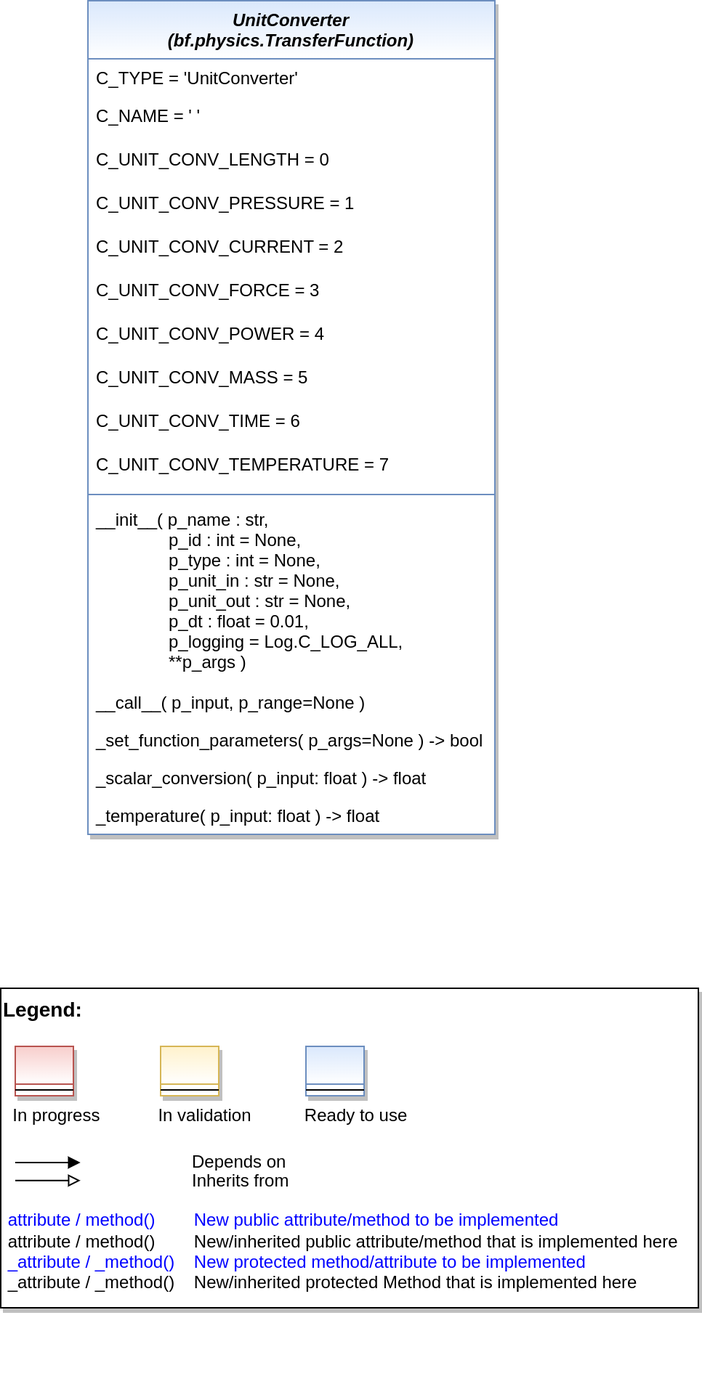
Above: doc/rtd/content/99_appendices/appendix2/sub/mlpro_bf/layer3_application_support/images/MLPro-BF-Physics-UnitConverter_class_diagram.drawio.png in fhswf/MLPro (draw.io), before the change. Source tidied: cells renumbered, new cells last; positions are measured from the earlier drawing's top-left corner, leaving out a move shared by most shapes. Source of this version:
```xml
<mxGraphModel>
  <root>
    <mxCell id="0" />
    <mxCell id="1" parent="0" />
    <mxCell id="2" value="UnitConverter&#10;(bf.physics.TransferFunction)" style="swimlane;fontStyle=3;align=center;verticalAlign=top;horizontal=1;startSize=40;rounded=0;shadow=1;strokeWidth=1;fillColor=#dae8fc;strokeColor=#6c8ebf;gradientColor=#FFFFFF;swimlaneFillColor=#FFFFFF;" parent="1" vertex="1">
      <mxGeometry x="60" width="280" height="574" as="geometry" />
    </mxCell>
    <mxCell id="3" value="C_TYPE = 'UnitConverter'" style="text;align=left;verticalAlign=top;spacingLeft=4;spacingRight=4;overflow=hidden;" parent="2" vertex="1">
      <mxGeometry y="40" width="280" height="26" as="geometry" />
    </mxCell>
    <mxCell id="4" value="C_NAME = ' '" style="text;align=left;verticalAlign=top;spacingLeft=4;spacingRight=4;overflow=hidden;fontColor=default;" parent="2" vertex="1">
      <mxGeometry y="66" width="280" height="30" as="geometry" />
    </mxCell>
    <mxCell id="5" value="C_UNIT_CONV_LENGTH = 0" style="text;align=left;verticalAlign=top;spacingLeft=4;spacingRight=4;overflow=hidden;fontColor=default;" parent="2" vertex="1">
      <mxGeometry y="96" width="280" height="30" as="geometry" />
    </mxCell>
    <mxCell id="6" value="C_UNIT_CONV_PRESSURE = 1 " style="text;align=left;verticalAlign=top;spacingLeft=4;spacingRight=4;overflow=hidden;fontColor=default;" parent="2" vertex="1">
      <mxGeometry y="126" width="280" height="30" as="geometry" />
    </mxCell>
    <mxCell id="7" value="C_UNIT_CONV_CURRENT = 2" style="text;align=left;verticalAlign=top;spacingLeft=4;spacingRight=4;overflow=hidden;fontColor=default;" parent="2" vertex="1">
      <mxGeometry y="156" width="280" height="30" as="geometry" />
    </mxCell>
    <mxCell id="8" value="C_UNIT_CONV_FORCE = 3" style="text;align=left;verticalAlign=top;spacingLeft=4;spacingRight=4;overflow=hidden;fontColor=default;" parent="2" vertex="1">
      <mxGeometry y="186" width="280" height="30" as="geometry" />
    </mxCell>
    <mxCell id="9" value="C_UNIT_CONV_POWER = 4" style="text;align=left;verticalAlign=top;spacingLeft=4;spacingRight=4;overflow=hidden;fontColor=default;" parent="2" vertex="1">
      <mxGeometry y="216" width="280" height="30" as="geometry" />
    </mxCell>
    <mxCell id="10" value="C_UNIT_CONV_MASS = 5" style="text;align=left;verticalAlign=top;spacingLeft=4;spacingRight=4;overflow=hidden;fontColor=default;" parent="2" vertex="1">
      <mxGeometry y="246" width="280" height="30" as="geometry" />
    </mxCell>
    <mxCell id="11" value="C_UNIT_CONV_TIME = 6" style="text;align=left;verticalAlign=top;spacingLeft=4;spacingRight=4;overflow=hidden;fontColor=default;" parent="2" vertex="1">
      <mxGeometry y="276" width="280" height="30" as="geometry" />
    </mxCell>
    <mxCell id="12" value="C_UNIT_CONV_TEMPERATURE = 7" style="text;align=left;verticalAlign=top;spacingLeft=4;spacingRight=4;overflow=hidden;fontColor=default;" parent="2" vertex="1">
      <mxGeometry y="306" width="280" height="30" as="geometry" />
    </mxCell>
    <mxCell id="13" style="line;html=1;strokeWidth=1;align=left;verticalAlign=middle;spacingTop=-1;spacingLeft=3;spacingRight=3;labelPosition=right;fillColor=#dae8fc;strokeColor=#6c8ebf;gradientColor=#FFFFFF;" parent="2" vertex="1">
      <mxGeometry y="336" width="280" height="8" as="geometry" />
    </mxCell>
    <mxCell id="14" value="__init__( p_name : str,&#10;               p_id : int = None,&#10;               p_type : int = None,&#10;               p_unit_in : str = None,&#10;               p_unit_out : str = None,&#10;               p_dt : float = 0.01,&#10;               p_logging = Log.C_LOG_ALL,&#10;               **p_args )" style="text;align=left;verticalAlign=top;spacingLeft=4;spacingRight=4;overflow=hidden;" parent="2" vertex="1">
      <mxGeometry y="344" width="280" height="126" as="geometry" />
    </mxCell>
    <mxCell id="15" value="__call__( p_input, p_range=None )" style="text;align=left;verticalAlign=top;spacingLeft=4;spacingRight=4;overflow=hidden;" parent="2" vertex="1">
      <mxGeometry y="470" width="280" height="26" as="geometry" />
    </mxCell>
    <mxCell id="16" value="_set_function_parameters( p_args=None ) -&gt; bool" style="text;align=left;verticalAlign=top;spacingLeft=4;spacingRight=4;overflow=hidden;" parent="2" vertex="1">
      <mxGeometry y="496" width="280" height="26" as="geometry" />
    </mxCell>
    <mxCell id="17" value="_scalar_conversion( p_input: float ) -&gt; float" style="text;align=left;verticalAlign=top;spacingLeft=4;spacingRight=4;overflow=hidden;" parent="2" vertex="1">
      <mxGeometry y="522" width="280" height="26" as="geometry" />
    </mxCell>
    <mxCell id="18" value="_temperature( p_input: float ) -&gt; float" style="text;align=left;verticalAlign=top;spacingLeft=4;spacingRight=4;overflow=hidden;" parent="2" vertex="1">
      <mxGeometry y="548" width="280" height="26" as="geometry" />
    </mxCell>
    <mxCell id="19" style="group;" parent="1" vertex="1">
      <mxGeometry y="680" width="480" height="220" as="geometry" />
    </mxCell>
    <mxCell id="20" value="&lt;font color=&quot;#000000&quot; size=&quot;1&quot;&gt;&lt;b style=&quot;font-size: 14px&quot;&gt;Legend:&lt;br&gt;&lt;/b&gt;&lt;/font&gt;&lt;br&gt;&lt;br&gt;&lt;br&gt;&lt;font color=&quot;#0000ff&quot; style=&quot;font-size: 6px&quot;&gt;&lt;br&gt;&lt;/font&gt;&lt;span style=&quot;color: rgb(0 , 0 , 0)&quot;&gt;&lt;font style=&quot;font-size: 4px&quot;&gt;&amp;nbsp; &amp;nbsp;&lt;/font&gt;&amp;nbsp;In progress&amp;nbsp; &amp;nbsp; &amp;nbsp; &amp;nbsp; &amp;nbsp; &amp;nbsp; In validation&amp;nbsp; &amp;nbsp; &amp;nbsp; &amp;nbsp; &amp;nbsp; &amp;nbsp;Ready to use&lt;/span&gt;&lt;font color=&quot;#000000&quot;&gt;&amp;nbsp;&lt;br&gt;&lt;/font&gt;&lt;font color=&quot;#0000ff&quot;&gt;&lt;br&gt;&lt;br&gt;&lt;br&gt;&lt;br&gt;&amp;nbsp;attribute / method()&amp;nbsp; &amp;nbsp; &amp;nbsp; &amp;nbsp; New public attribute/method to be implemented&lt;/font&gt;&lt;br&gt;&lt;font color=&quot;#000000&quot;&gt;&amp;nbsp;&lt;/font&gt;&lt;font color=&quot;#000000&quot;&gt;attribute / method()&lt;span&gt;&#9;&lt;/span&gt;&amp;nbsp; &amp;nbsp; &amp;nbsp; &amp;nbsp;New/inherited public attribute/method that is implemented here&lt;br&gt;&lt;/font&gt;&lt;font color=&quot;#0000ff&quot;&gt;&amp;nbsp;_attribute /&amp;nbsp;&lt;/font&gt;&lt;font color=&quot;#0000ff&quot;&gt;_method()&amp;nbsp; &amp;nbsp; New protected method/attribute to be implemented&lt;/font&gt;&lt;br&gt;&lt;font color=&quot;#000000&quot;&gt;&amp;nbsp;_attribute / _method()&amp;nbsp; &amp;nbsp; New/inherited protected Method that is implemented here&lt;br&gt;&lt;/font&gt;&lt;font color=&quot;#000000&quot;&gt;&lt;br&gt;&lt;br&gt;&lt;br&gt;&lt;br&gt;&lt;br&gt;&lt;/font&gt;" style="text;html=1;align=left;verticalAlign=top;whiteSpace=wrap;rounded=0;fontColor=#006600;strokeColor=#000000;shadow=1;fillColor=#ffffff;" parent="19" vertex="1">
      <mxGeometry width="480" height="220" as="geometry" />
    </mxCell>
    <mxCell id="21" value="Depends on" style="endArrow=block;html=1;labelPosition=right;verticalLabelPosition=middle;align=left;verticalAlign=middle;endFill=1;fontSize=12;" parent="19" edge="1">
      <mxGeometry x="-1590" y="-2180" as="geometry">
        <mxPoint x="10" y="120" as="sourcePoint" />
        <mxPoint x="54.8" y="120" as="targetPoint" />
        <Array as="points">
          <mxPoint x="30" y="120" />
        </Array>
        <mxPoint x="98" as="offset" />
      </mxGeometry>
    </mxCell>
    <mxCell id="22" value="Inherits from" style="endArrow=block;html=1;labelPosition=right;verticalLabelPosition=middle;align=left;verticalAlign=middle;endFill=0;fontSize=12;" parent="19" edge="1">
      <mxGeometry x="-1590" y="-2180" as="geometry">
        <mxPoint x="10" y="132.4" as="sourcePoint" />
        <mxPoint x="54.8" y="132.4" as="targetPoint" />
        <mxPoint x="98" y="1" as="offset" />
      </mxGeometry>
    </mxCell>
    <mxCell id="23" style="swimlane;fontStyle=3;align=center;verticalAlign=top;horizontal=1;startSize=26;rounded=0;shadow=1;strokeWidth=1;fillColor=#f8cecc;strokeColor=#b85450;gradientColor=#ffffff;swimlaneFillColor=#ffffff;" parent="19" vertex="1">
      <mxGeometry x="10" y="40" width="40" height="34" as="geometry" />
    </mxCell>
    <mxCell id="24" style="line;html=1;strokeWidth=1;align=left;verticalAlign=middle;spacingTop=-1;spacingLeft=3;spacingRight=3;labelPosition=right;" parent="23" vertex="1">
      <mxGeometry y="26" width="40" height="8" as="geometry" />
    </mxCell>
    <mxCell id="25" style="swimlane;fontStyle=3;align=center;verticalAlign=top;horizontal=1;startSize=26;rounded=0;shadow=1;strokeWidth=1;fillColor=#fff2cc;strokeColor=#d6b656;gradientColor=#ffffff;swimlaneFillColor=#ffffff;" parent="19" vertex="1">
      <mxGeometry x="110" y="40" width="40" height="34" as="geometry" />
    </mxCell>
    <mxCell id="26" style="line;html=1;strokeWidth=1;align=left;verticalAlign=middle;spacingTop=-1;spacingLeft=3;spacingRight=3;labelPosition=right;" parent="25" vertex="1">
      <mxGeometry y="26" width="40" height="8" as="geometry" />
    </mxCell>
    <mxCell id="27" style="swimlane;fontStyle=3;align=center;verticalAlign=top;horizontal=1;startSize=26;rounded=0;shadow=1;strokeWidth=1;fillColor=#dae8fc;strokeColor=#6c8ebf;gradientColor=#ffffff;swimlaneFillColor=#ffffff;" parent="19" vertex="1">
      <mxGeometry x="210" y="40" width="40" height="34" as="geometry" />
    </mxCell>
    <mxCell id="28" style="line;html=1;strokeWidth=1;align=left;verticalAlign=middle;spacingTop=-1;spacingLeft=3;spacingRight=3;labelPosition=right;" parent="27" vertex="1">
      <mxGeometry y="26" width="40" height="8" as="geometry" />
    </mxCell>
  </root>
</mxGraphModel>
```
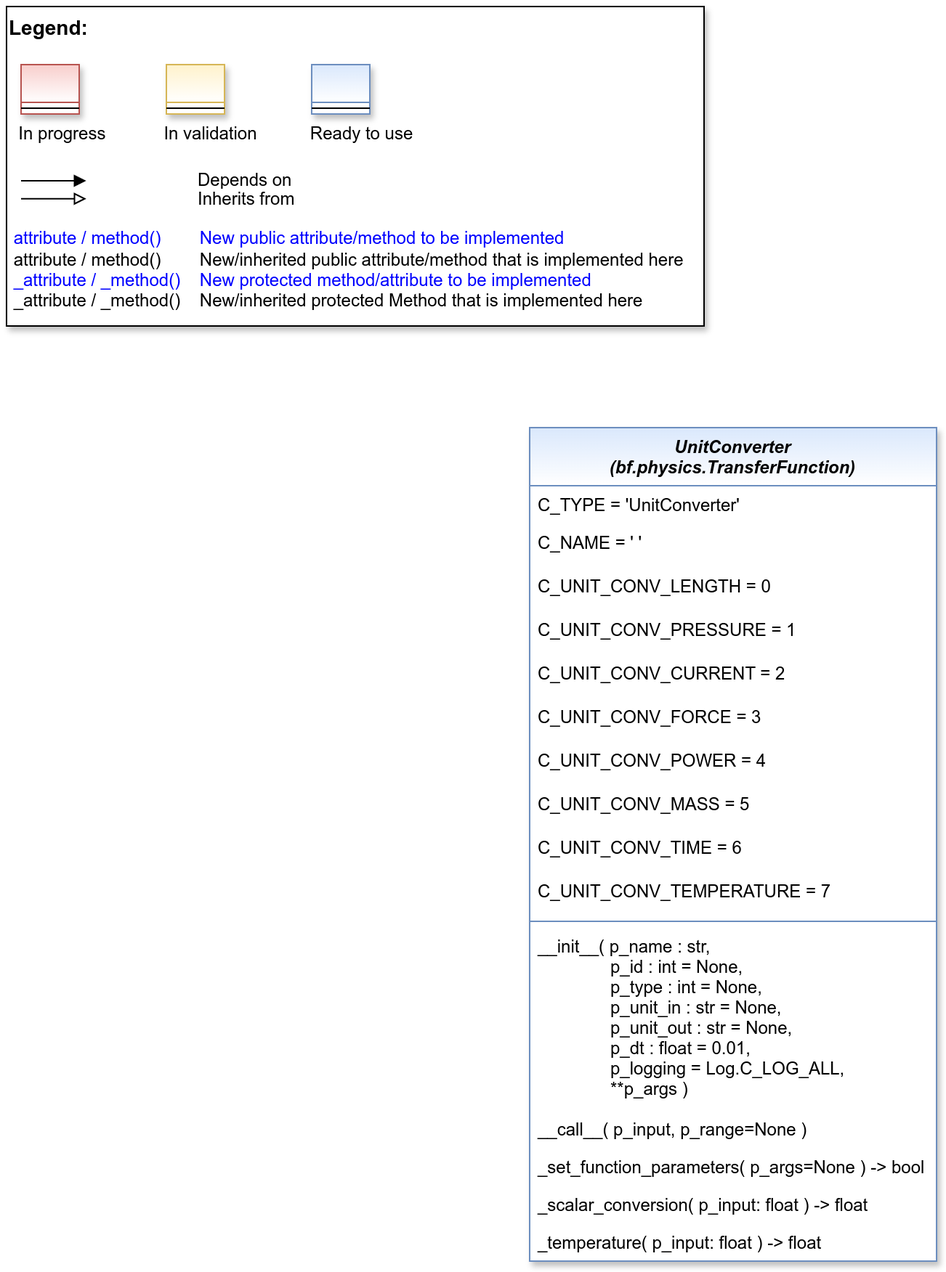
The same diagram one commit later.

Change to the diagram source:
```diff
@@ -1,8 +1,8 @@
 <mxGraphModel>
   <root>
-    <mxCell id="0" />
-    <mxCell id="1" parent="0" />
+    <mxCell id="29" />
+    <mxCell id="30" parent="29" />
-    <mxCell id="2" value="UnitConverter&#10;(bf.physics.TransferFunction)" style="swimlane;fontStyle=3;align=center;verticalAlign=top;horizontal=1;startSize=40;rounded=0;shadow=1;strokeWidth=1;fillColor=#dae8fc;strokeColor=#6c8ebf;gradientColor=#FFFFFF;swimlaneFillColor=#FFFFFF;" parent="1" vertex="1">
+    <mxCell id="2" value="UnitConverter&#10;(bf.physics.TransferFunction)" style="swimlane;fontStyle=3;align=center;verticalAlign=top;horizontal=1;startSize=40;rounded=0;shadow=1;strokeWidth=1;fillColor=#dae8fc;strokeColor=#6c8ebf;gradientColor=#FFFFFF;swimlaneFillColor=#FFFFFF;" parent="30" vertex="1">
       <mxGeometry x="60" width="280" height="574" as="geometry" />
     </mxCell>
     <mxCell id="3" value="C_TYPE = 'UnitConverter'" style="text;align=left;verticalAlign=top;spacingLeft=4;spacingRight=4;overflow=hidden;" parent="2" vertex="1">
@@ -53,13 +53,13 @@
     <mxCell id="18" value="_temperature( p_input: float ) -&gt; float" style="text;align=left;verticalAlign=top;spacingLeft=4;spacingRight=4;overflow=hidden;" parent="2" vertex="1">
       <mxGeometry y="548" width="280" height="26" as="geometry" />
     </mxCell>
-    <mxCell id="19" style="group;" parent="1" vertex="1">
-      <mxGeometry y="680" width="480" height="220" as="geometry" />
-    </mxCell>
+    <mxCell id="31" style="group;" parent="30" vertex="1">
+      <mxGeometry x="-300" y="-290" width="480" height="220" as="geometry" />
+    </mxCell>
-    <mxCell id="20" value="&lt;font color=&quot;#000000&quot; size=&quot;1&quot;&gt;&lt;b style=&quot;font-size: 14px&quot;&gt;Legend:&lt;br&gt;&lt;/b&gt;&lt;/font&gt;&lt;br&gt;&lt;br&gt;&lt;br&gt;&lt;font color=&quot;#0000ff&quot; style=&quot;font-size: 6px&quot;&gt;&lt;br&gt;&lt;/font&gt;&lt;span style=&quot;color: rgb(0 , 0 , 0)&quot;&gt;&lt;font style=&quot;font-size: 4px&quot;&gt;&amp;nbsp; &amp;nbsp;&lt;/font&gt;&amp;nbsp;In progress&amp;nbsp; &amp;nbsp; &amp;nbsp; &amp;nbsp; &amp;nbsp; &amp;nbsp; In validation&amp;nbsp; &amp;nbsp; &amp;nbsp; &amp;nbsp; &amp;nbsp; &amp;nbsp;Ready to use&lt;/span&gt;&lt;font color=&quot;#000000&quot;&gt;&amp;nbsp;&lt;br&gt;&lt;/font&gt;&lt;font color=&quot;#0000ff&quot;&gt;&lt;br&gt;&lt;br&gt;&lt;br&gt;&lt;br&gt;&amp;nbsp;attribute / method()&amp;nbsp; &amp;nbsp; &amp;nbsp; &amp;nbsp; New public attribute/method to be implemented&lt;/font&gt;&lt;br&gt;&lt;font color=&quot;#000000&quot;&gt;&amp;nbsp;&lt;/font&gt;&lt;font color=&quot;#000000&quot;&gt;attribute / method()&lt;span&gt;&#9;&lt;/span&gt;&amp;nbsp; &amp;nbsp; &amp;nbsp; &amp;nbsp;New/inherited public attribute/method that is implemented here&lt;br&gt;&lt;/font&gt;&lt;font color=&quot;#0000ff&quot;&gt;&amp;nbsp;_attribute /&amp;nbsp;&lt;/font&gt;&lt;font color=&quot;#0000ff&quot;&gt;_method()&amp;nbsp; &amp;nbsp; New protected method/attribute to be implemented&lt;/font&gt;&lt;br&gt;&lt;font color=&quot;#000000&quot;&gt;&amp;nbsp;_attribute / _method()&amp;nbsp; &amp;nbsp; New/inherited protected Method that is implemented here&lt;br&gt;&lt;/font&gt;&lt;font color=&quot;#000000&quot;&gt;&lt;br&gt;&lt;br&gt;&lt;br&gt;&lt;br&gt;&lt;br&gt;&lt;/font&gt;" style="text;html=1;align=left;verticalAlign=top;whiteSpace=wrap;rounded=0;fontColor=#006600;strokeColor=#000000;shadow=1;fillColor=#ffffff;" parent="19" vertex="1">
+    <mxCell id="20" value="&lt;font color=&quot;#000000&quot; size=&quot;1&quot;&gt;&lt;b style=&quot;font-size: 14px&quot;&gt;Legend:&lt;br&gt;&lt;/b&gt;&lt;/font&gt;&lt;br&gt;&lt;br&gt;&lt;br&gt;&lt;font color=&quot;#0000ff&quot; style=&quot;font-size: 6px&quot;&gt;&lt;br&gt;&lt;/font&gt;&lt;span style=&quot;color: rgb(0 , 0 , 0)&quot;&gt;&lt;font style=&quot;font-size: 4px&quot;&gt;&amp;nbsp; &amp;nbsp;&lt;/font&gt;&amp;nbsp;In progress&amp;nbsp; &amp;nbsp; &amp;nbsp; &amp;nbsp; &amp;nbsp; &amp;nbsp; In validation&amp;nbsp; &amp;nbsp; &amp;nbsp; &amp;nbsp; &amp;nbsp; &amp;nbsp;Ready to use&lt;/span&gt;&lt;font color=&quot;#000000&quot;&gt;&amp;nbsp;&lt;br&gt;&lt;/font&gt;&lt;font color=&quot;#0000ff&quot;&gt;&lt;br&gt;&lt;br&gt;&lt;br&gt;&lt;br&gt;&amp;nbsp;attribute / method()&amp;nbsp; &amp;nbsp; &amp;nbsp; &amp;nbsp; New public attribute/method to be implemented&lt;/font&gt;&lt;br&gt;&lt;font color=&quot;#000000&quot;&gt;&amp;nbsp;&lt;/font&gt;&lt;font color=&quot;#000000&quot;&gt;attribute / method()&lt;span&gt;&#9;&lt;/span&gt;&amp;nbsp; &amp;nbsp; &amp;nbsp; &amp;nbsp;New/inherited public attribute/method that is implemented here&lt;br&gt;&lt;/font&gt;&lt;font color=&quot;#0000ff&quot;&gt;&amp;nbsp;_attribute /&amp;nbsp;&lt;/font&gt;&lt;font color=&quot;#0000ff&quot;&gt;_method()&amp;nbsp; &amp;nbsp; New protected method/attribute to be implemented&lt;/font&gt;&lt;br&gt;&lt;font color=&quot;#000000&quot;&gt;&amp;nbsp;_attribute / _method()&amp;nbsp; &amp;nbsp; New/inherited protected Method that is implemented here&lt;br&gt;&lt;/font&gt;&lt;font color=&quot;#000000&quot;&gt;&lt;br&gt;&lt;br&gt;&lt;br&gt;&lt;br&gt;&lt;br&gt;&lt;/font&gt;" style="text;html=1;align=left;verticalAlign=top;whiteSpace=wrap;rounded=0;fontColor=#006600;strokeColor=#000000;shadow=1;fillColor=#ffffff;" parent="31" vertex="1">
       <mxGeometry width="480" height="220" as="geometry" />
     </mxCell>
-    <mxCell id="21" value="Depends on" style="endArrow=block;html=1;labelPosition=right;verticalLabelPosition=middle;align=left;verticalAlign=middle;endFill=1;fontSize=12;" parent="19" edge="1">
+    <mxCell id="21" value="Depends on" style="endArrow=block;html=1;labelPosition=right;verticalLabelPosition=middle;align=left;verticalAlign=middle;endFill=1;fontSize=12;" parent="31" edge="1">
       <mxGeometry x="-1590" y="-2180" as="geometry">
         <mxPoint x="10" y="120" as="sourcePoint" />
         <mxPoint x="54.8" y="120" as="targetPoint" />
@@ -69,30 +69,30 @@
         <mxPoint x="98" as="offset" />
       </mxGeometry>
     </mxCell>
-    <mxCell id="22" value="Inherits from" style="endArrow=block;html=1;labelPosition=right;verticalLabelPosition=middle;align=left;verticalAlign=middle;endFill=0;fontSize=12;" parent="19" edge="1">
+    <mxCell id="22" value="Inherits from" style="endArrow=block;html=1;labelPosition=right;verticalLabelPosition=middle;align=left;verticalAlign=middle;endFill=0;fontSize=12;" parent="31" edge="1">
       <mxGeometry x="-1590" y="-2180" as="geometry">
         <mxPoint x="10" y="132.4" as="sourcePoint" />
         <mxPoint x="54.8" y="132.4" as="targetPoint" />
         <mxPoint x="98" y="1" as="offset" />
       </mxGeometry>
     </mxCell>
-    <mxCell id="23" style="swimlane;fontStyle=3;align=center;verticalAlign=top;horizontal=1;startSize=26;rounded=0;shadow=1;strokeWidth=1;fillColor=#f8cecc;strokeColor=#b85450;gradientColor=#ffffff;swimlaneFillColor=#ffffff;" parent="19" vertex="1">
+    <mxCell id="23" style="swimlane;fontStyle=3;align=center;verticalAlign=top;horizontal=1;startSize=26;rounded=0;shadow=1;strokeWidth=1;fillColor=#f8cecc;strokeColor=#b85450;gradientColor=#ffffff;swimlaneFillColor=#ffffff;" parent="31" vertex="1">
       <mxGeometry x="10" y="40" width="40" height="34" as="geometry" />
     </mxCell>
-    <mxCell id="24" style="line;html=1;strokeWidth=1;align=left;verticalAlign=middle;spacingTop=-1;spacingLeft=3;spacingRight=3;labelPosition=right;" parent="23" vertex="1">
-      <mxGeometry y="26" width="40" height="8" as="geometry" />
-    </mxCell>
+    <mxCell id="32" style="line;html=1;strokeWidth=1;align=left;verticalAlign=middle;spacingTop=-1;spacingLeft=3;spacingRight=3;labelPosition=right;" parent="23" vertex="1">
+      <mxGeometry y="26" width="40" height="8" as="geometry" />
+    </mxCell>
-    <mxCell id="25" style="swimlane;fontStyle=3;align=center;verticalAlign=top;horizontal=1;startSize=26;rounded=0;shadow=1;strokeWidth=1;fillColor=#fff2cc;strokeColor=#d6b656;gradientColor=#ffffff;swimlaneFillColor=#ffffff;" parent="19" vertex="1">
+    <mxCell id="25" style="swimlane;fontStyle=3;align=center;verticalAlign=top;horizontal=1;startSize=26;rounded=0;shadow=1;strokeWidth=1;fillColor=#fff2cc;strokeColor=#d6b656;gradientColor=#ffffff;swimlaneFillColor=#ffffff;" parent="31" vertex="1">
       <mxGeometry x="110" y="40" width="40" height="34" as="geometry" />
     </mxCell>
-    <mxCell id="26" style="line;html=1;strokeWidth=1;align=left;verticalAlign=middle;spacingTop=-1;spacingLeft=3;spacingRight=3;labelPosition=right;" parent="25" vertex="1">
-      <mxGeometry y="26" width="40" height="8" as="geometry" />
-    </mxCell>
+    <mxCell id="33" style="line;html=1;strokeWidth=1;align=left;verticalAlign=middle;spacingTop=-1;spacingLeft=3;spacingRight=3;labelPosition=right;" parent="25" vertex="1">
+      <mxGeometry y="26" width="40" height="8" as="geometry" />
+    </mxCell>
-    <mxCell id="27" style="swimlane;fontStyle=3;align=center;verticalAlign=top;horizontal=1;startSize=26;rounded=0;shadow=1;strokeWidth=1;fillColor=#dae8fc;strokeColor=#6c8ebf;gradientColor=#ffffff;swimlaneFillColor=#ffffff;" parent="19" vertex="1">
+    <mxCell id="27" style="swimlane;fontStyle=3;align=center;verticalAlign=top;horizontal=1;startSize=26;rounded=0;shadow=1;strokeWidth=1;fillColor=#dae8fc;strokeColor=#6c8ebf;gradientColor=#ffffff;swimlaneFillColor=#ffffff;" parent="31" vertex="1">
       <mxGeometry x="210" y="40" width="40" height="34" as="geometry" />
     </mxCell>
-    <mxCell id="28" style="line;html=1;strokeWidth=1;align=left;verticalAlign=middle;spacingTop=-1;spacingLeft=3;spacingRight=3;labelPosition=right;" parent="27" vertex="1">
-      <mxGeometry y="26" width="40" height="8" as="geometry" />
-    </mxCell>
+    <mxCell id="34" style="line;html=1;strokeWidth=1;align=left;verticalAlign=middle;spacingTop=-1;spacingLeft=3;spacingRight=3;labelPosition=right;" parent="27" vertex="1">
+      <mxGeometry y="26" width="40" height="8" as="geometry" />
+    </mxCell>
   </root>
 </mxGraphModel>
```
